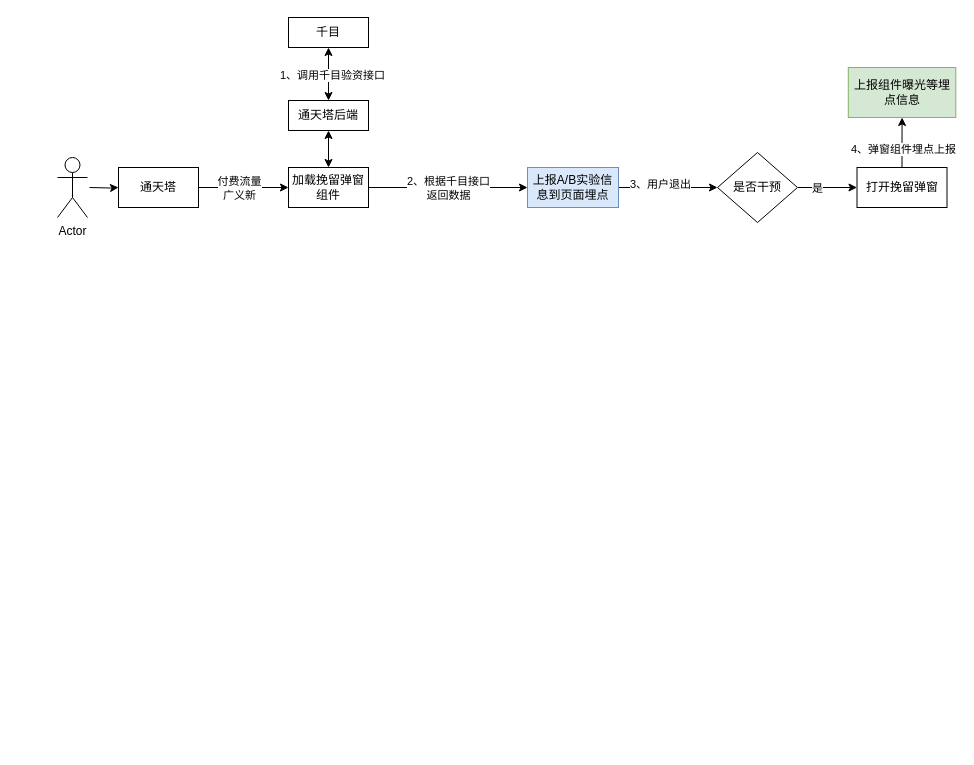
This is 挽留弹窗ab实验.drawio from BlankKelly/diagrams, a draw.io file, before an edit. Source tidied: cells renumbered, new cells numbered last; positions are measured from the earlier drawing's top-left corner, leaving out a move shared by most shapes. Both pictures are drawn from the tidied source at 100%, with x=0, y=0 at pixel (57, 17).
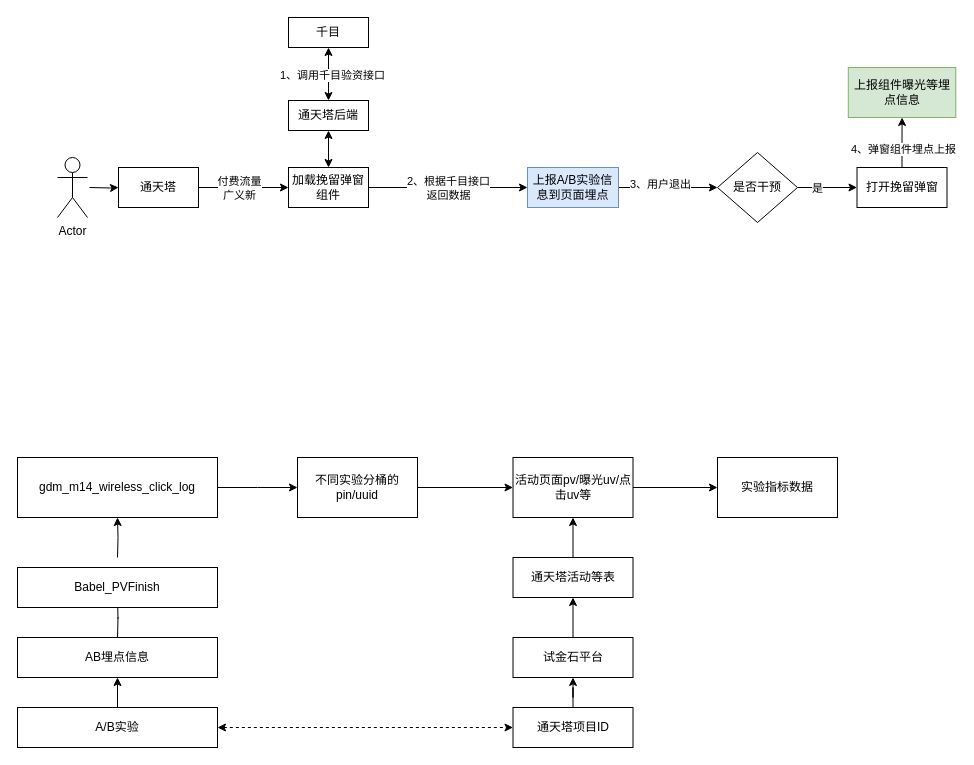
Above is the later version.

Commit message:
更新挽留弹窗ab实验.drawio

Diff of the diagram source:
```diff
@@
+    <mxCell id="25" style="edgeStyle=orthogonalEdgeStyle;rounded=0;jettySize=auto;html=1;" parent="1" edge="1" source="26">
+      <mxGeometry relative="1" as="geometry">
+        <mxPoint x="240" y="470" as="targetPoint" />
+      </mxGeometry>
+    </mxCell>
+    <mxCell id="26" value="gdm_m14_wireless_click_log" style="rounded=0;whiteSpace=wrap;html=1;" parent="1" vertex="1">
+      <mxGeometry x="-40" y="440" width="200" height="60" as="geometry" />
+    </mxCell>
+    <mxCell id="27" style="edgeStyle=orthogonalEdgeStyle;rounded=0;jettySize=auto;html=1;" parent="1" edge="1" target="26">
+      <mxGeometry relative="1" as="geometry">
+        <mxPoint x="60" y="540" as="sourcePoint" />
+      </mxGeometry>
+    </mxCell>
+    <mxCell id="28" style="edgeStyle=orthogonalEdgeStyle;rounded=0;orthogonalLoop=1;jettySize=auto;html=1;" parent="1" edge="1">
+      <mxGeometry relative="1" as="geometry">
+        <mxPoint x="60" y="620" as="sourcePoint" />
+        <mxPoint x="60" y="580" as="targetPoint" />
+      </mxGeometry>
+    </mxCell>
+    <mxCell id="29" style="edgeStyle=orthogonalEdgeStyle;rounded=0;jettySize=auto;html=1;entryX=0;entryY=0.5;entryDx=0;entryDy=0;" parent="1" edge="1" source="30" target="32">
+      <mxGeometry relative="1" as="geometry" />
+    </mxCell>
+    <mxCell id="30" value="不同实验分桶的pin/uuid" style="rounded=0;whiteSpace=wrap;html=1;" parent="1" vertex="1">
+      <mxGeometry x="240" y="440" width="120" height="60" as="geometry" />
+    </mxCell>
+    <mxCell id="31" style="edgeStyle=orthogonalEdgeStyle;rounded=0;jettySize=auto;html=1;entryX=0;entryY=0.5;entryDx=0;entryDy=0;" parent="1" edge="1" source="32" target="39">
+      <mxGeometry relative="1" as="geometry" />
+    </mxCell>
+    <mxCell id="32" value="活动页面pv/曝光uv/点击uv等" style="rounded=0;whiteSpace=wrap;html=1;" parent="1" vertex="1">
+      <mxGeometry x="455.5" y="440" width="120" height="60" as="geometry" />
+    </mxCell>
+    <mxCell id="33" value="Babel_PVFinish" style="rounded=0;whiteSpace=wrap;html=1;" parent="1" vertex="1">
+      <mxGeometry x="-40" y="550" width="200" height="40" as="geometry" />
+    </mxCell>
+    <mxCell id="34" value="AB埋点信息" style="rounded=0;whiteSpace=wrap;html=1;" parent="1" vertex="1">
+      <mxGeometry x="-40" y="620" width="200" height="40" as="geometry" />
+    </mxCell>
+    <mxCell id="35" style="edgeStyle=none;rounded=0;jettySize=auto;html=1;startArrow=none;startFill=0;" parent="1" edge="1" source="36" target="44">
+      <mxGeometry relative="1" as="geometry" />
+    </mxCell>
+    <mxCell id="36" value="试金石平台" style="rounded=0;whiteSpace=wrap;html=1;" parent="1" vertex="1">
+      <mxGeometry x="455.5" y="620" width="120" height="40" as="geometry" />
+    </mxCell>
+    <mxCell id="37" style="edgeStyle=orthogonalEdgeStyle;rounded=0;jettySize=auto;html=1;" parent="1" edge="1" source="38" target="36">
+      <mxGeometry relative="1" as="geometry" />
+    </mxCell>
+    <mxCell id="38" value="通天塔项目ID" style="rounded=0;whiteSpace=wrap;html=1;" parent="1" vertex="1">
+      <mxGeometry x="455.5" y="690" width="120" height="40" as="geometry" />
+    </mxCell>
+    <mxCell id="39" value="实验指标数据" style="rounded=0;whiteSpace=wrap;html=1;" parent="1" vertex="1">
+      <mxGeometry x="660" y="440" width="120" height="60" as="geometry" />
+    </mxCell>
+    <mxCell id="40" style="edgeStyle=orthogonalEdgeStyle;rounded=0;jettySize=auto;html=1;" parent="1" edge="1" source="42" target="34">
+      <mxGeometry relative="1" as="geometry" />
+    </mxCell>
+    <mxCell id="41" style="edgeStyle=entityRelationEdgeStyle;rounded=0;jettySize=auto;html=1;exitX=1;exitY=0.5;exitDx=0;exitDy=0;entryX=0;entryY=0.5;entryDx=0;entryDy=0;dashed=1;startArrow=classic;startFill=1;" parent="1" edge="1" source="42" target="38">
+      <mxGeometry relative="1" as="geometry" />
+    </mxCell>
+    <mxCell id="42" value="A/B实验" style="rounded=0;whiteSpace=wrap;html=1;" parent="1" vertex="1">
+      <mxGeometry x="-40" y="690" width="200" height="40" as="geometry" />
+    </mxCell>
+    <mxCell id="43" style="edgeStyle=none;rounded=0;jettySize=auto;html=1;startArrow=none;startFill=0;" parent="1" edge="1" source="44" target="32">
+      <mxGeometry relative="1" as="geometry" />
+    </mxCell>
+    <mxCell id="44" value="通天塔活动等表" style="rounded=0;whiteSpace=wrap;html=1;" parent="1" vertex="1">
+      <mxGeometry x="455.5" y="540" width="120" height="40" as="geometry" />
+    </mxCell>
```
